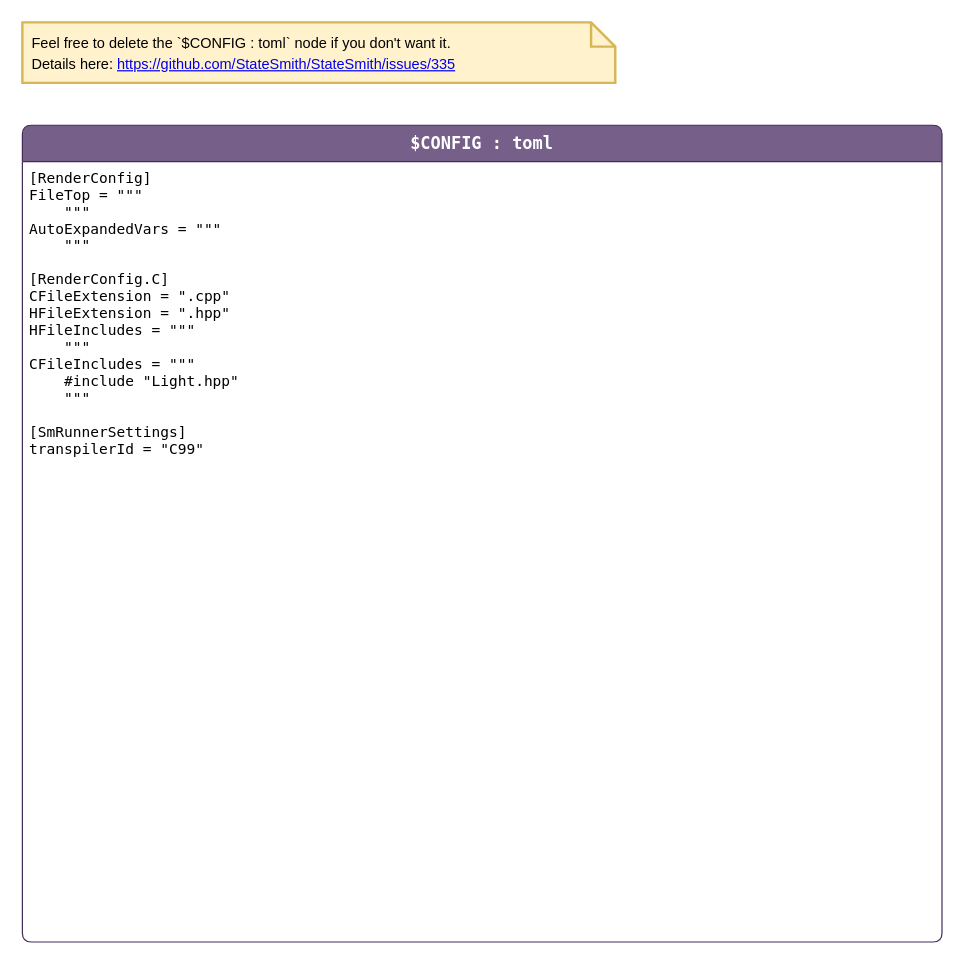
Earlier version of the draw.io diagram page "config" (2 of 3) of buttons-lights-2/LightSm.drawio (StateSmith/StateSmith-examples). Source tidied: cells renumbered, new cells numbered last; positions are measured from the earlier drawing's top-left corner, leaving out a move shared by most shapes. Both pictures are drawn from the tidied source at 121%, with x=0, y=0 at pixel (22, 22).
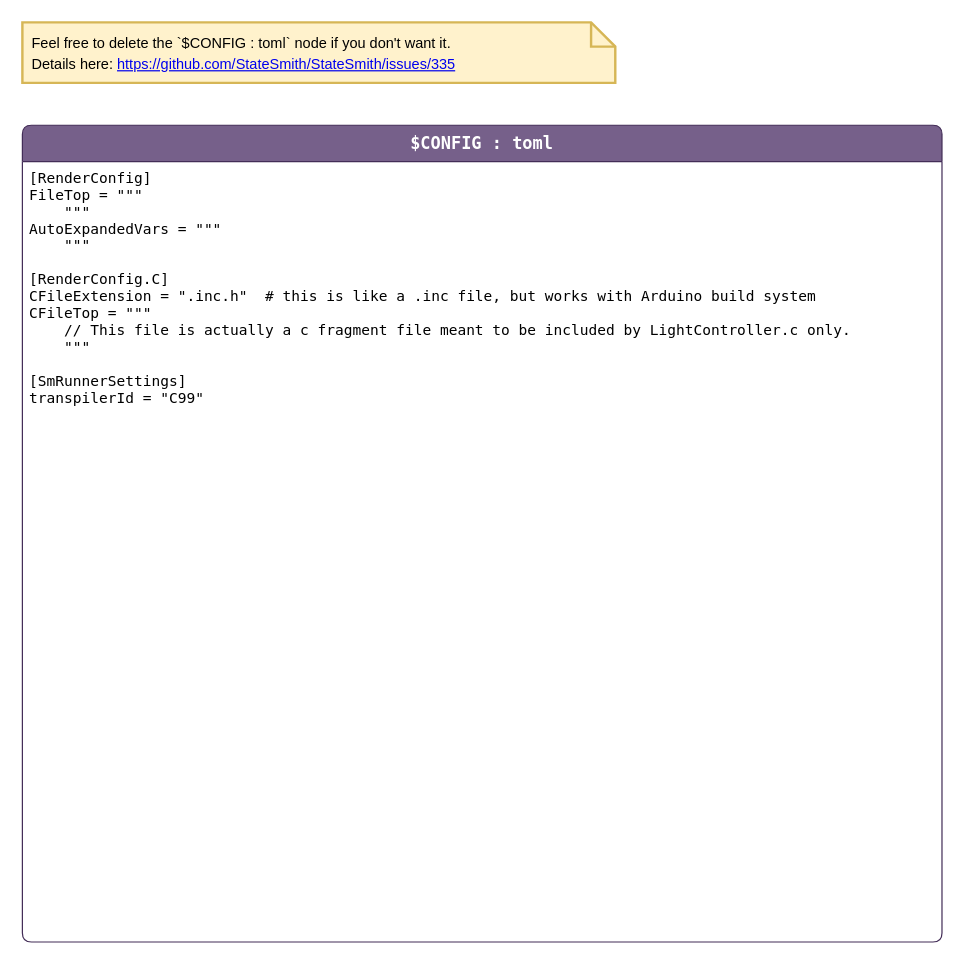
Above is the later version.

Change to the diagram source:
```diff
@@
 <mxGraphModel>
   <root>
     <mxCell id="0" />
     <mxCell id="1" parent="0" />
     <mxCell id="2" value="$CONFIG : toml" style="shape=swimlane;align=center;verticalAlign=top;fontFamily=Lucida Console;startSize=30;fontSize=14;fontStyle=1;swimlaneFillColor=default;rounded=1;arcSize=15;absoluteArcSize=1;fillColor=#76608a;strokeColor=#432D57;fontColor=#ffffff;" parent="1" vertex="1">
       <mxGeometry y="85" width="760" height="675" as="geometry" />
     </mxCell>
-    <mxCell id="3" value="[RenderConfig]&#10;FileTop = &quot;&quot;&quot;&#10;    &quot;&quot;&quot;&#10;AutoExpandedVars = &quot;&quot;&quot;&#10;    &quot;&quot;&quot;&#10;&#10;[RenderConfig.C]&#10;CFileExtension = &quot;.cpp&quot;&#10;HFileExtension = &quot;.hpp&quot;&#10;HFileIncludes = &quot;&quot;&quot;&#10;    &quot;&quot;&quot;&#10;CFileIncludes = &quot;&quot;&quot;&#10;    #include &quot;Light.hpp&quot;&#10;    &quot;&quot;&quot;&#10;&#10;[SmRunnerSettings]&#10;transpilerId = &quot;C99&quot;" style="fontFamily=Lucida Console;align=left;verticalAlign=top;fillColor=none;gradientColor=none;strokeColor=none;rounded=0;spacingLeft=4;" parent="2" vertex="1">
-      <mxGeometry y="30" width="200" height="260" as="geometry" />
+    <mxCell id="3" value="[RenderConfig]&#10;FileTop = &quot;&quot;&quot;&#10;    &quot;&quot;&quot;&#10;AutoExpandedVars = &quot;&quot;&quot;&#10;    &quot;&quot;&quot;&#10;&#10;[RenderConfig.C]&#10;CFileExtension = &quot;.inc.h&quot;  # this is like a .inc file, but works with Arduino build system&#10;CFileTop = &quot;&quot;&quot;&#10;    // This file is actually a c fragment file meant to be included by LightController.c only.&#10;    &quot;&quot;&quot;&#10;&#10;[SmRunnerSettings]&#10;transpilerId = &quot;C99&quot;" style="fontFamily=Lucida Console;align=left;verticalAlign=top;fillColor=none;gradientColor=none;strokeColor=none;rounded=0;spacingLeft=4;" parent="2" vertex="1">
+      <mxGeometry y="30" width="710" height="210" as="geometry" />
     </mxCell>
     <mxCell id="4" value="&lt;span style=&quot;color: rgb(0, 0, 0); font-size: 12px;&quot;&gt;Feel free to delete the `$CONFIG : toml` node if you don't want it.&lt;/span&gt;&lt;br style=&quot;color: rgb(0, 0, 0); font-size: 12px;&quot;&gt;&lt;span style=&quot;color: rgb(0, 0, 0); font-size: 12px;&quot;&gt;Details here:&amp;nbsp;&lt;/span&gt;&lt;a style=&quot;font-size: 12px;&quot; href=&quot;https://github.com/StateSmith/StateSmith/issues/335&quot;&gt;https://github.com/StateSmith/StateSmith/issues/335&lt;/a&gt;" style="shape=note;strokeWidth=2;fontSize=14;size=20;whiteSpace=wrap;html=1;fillColor=#fff2cc;strokeColor=#d6b656;fontColor=#2B2B00;align=left;spacingLeft=6;" parent="1" vertex="1">
       <mxGeometry width="490" height="50" as="geometry" />
     </mxCell>
   </root>
 </mxGraphModel>
```
